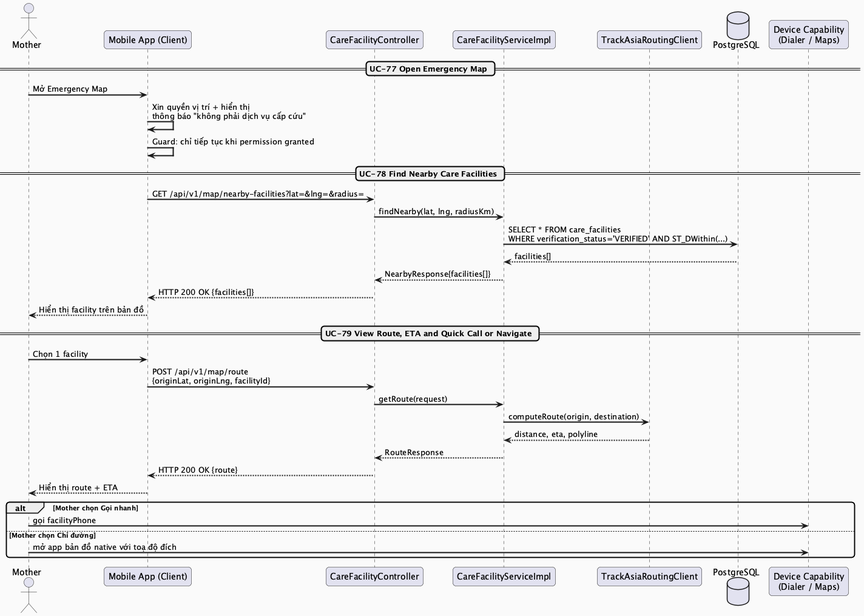
Above: docs/Detailed_Design/MF07_Emergency_Map_Nearby_Care_Support/images/MF07_01_EmergencyMap_SequenceDiagram.png in ChuongBDHE172784/CareBridge_SEP490_G79 (PlantUML), before the change. Source of this version:
```plantuml
@startuml MF07_01_EmergencyMap_SequenceDiagram
skinparam sequenceArrowThickness 2
skinparam roundcorner 10
skinparam backgroundColor #FAFAFA

actor "Mother" as M
participant "Mobile App (Client)" as App
participant "CareFacilityController" as Controller
participant "CareFacilityServiceImpl" as Service
participant "TrackAsiaRoutingClient" as Routing
database "PostgreSQL" as DB
participant "Device Capability\n(Dialer / Maps)" as Device

== UC-77 Open Emergency Map ==
M -> App : Mở Emergency Map
App -> App : Xin quyền vị trí + hiển thị\nthông báo "không phải dịch vụ cấp cứu"
App -> App : Guard: chỉ tiếp tục khi permission granted

== UC-78 Find Nearby Care Facilities ==
App -> Controller : GET /api/v1/map/nearby-facilities?lat=&lng=&radius=
Controller -> Service : findNearby(lat, lng, radiusKm)
Service -> DB : SELECT * FROM care_facilities\nWHERE verification_status='VERIFIED' AND ST_DWithin(...)
DB --> Service : facilities[]
Service --> Controller : NearbyResponse{facilities[]}
Controller --> App : HTTP 200 OK {facilities[]}
App --> M : Hiển thị facility trên bản đồ

== UC-79 View Route, ETA and Quick Call or Navigate ==
M -> App : Chọn 1 facility
App -> Controller : POST /api/v1/map/route\n{originLat, originLng, facilityId}
Controller -> Service : getRoute(request)
Service -> Routing : computeRoute(origin, destination)
Routing --> Service : distance, eta, polyline
Service --> Controller : RouteResponse
Controller --> App : HTTP 200 OK {route}
App --> M : Hiển thị route + ETA

alt Mother chọn Gọi nhanh
  M -> Device : gọi facilityPhone
else Mother chọn Chỉ đường
  M -> Device : mở app bản đồ native với toạ độ đích
end

@enduml
```
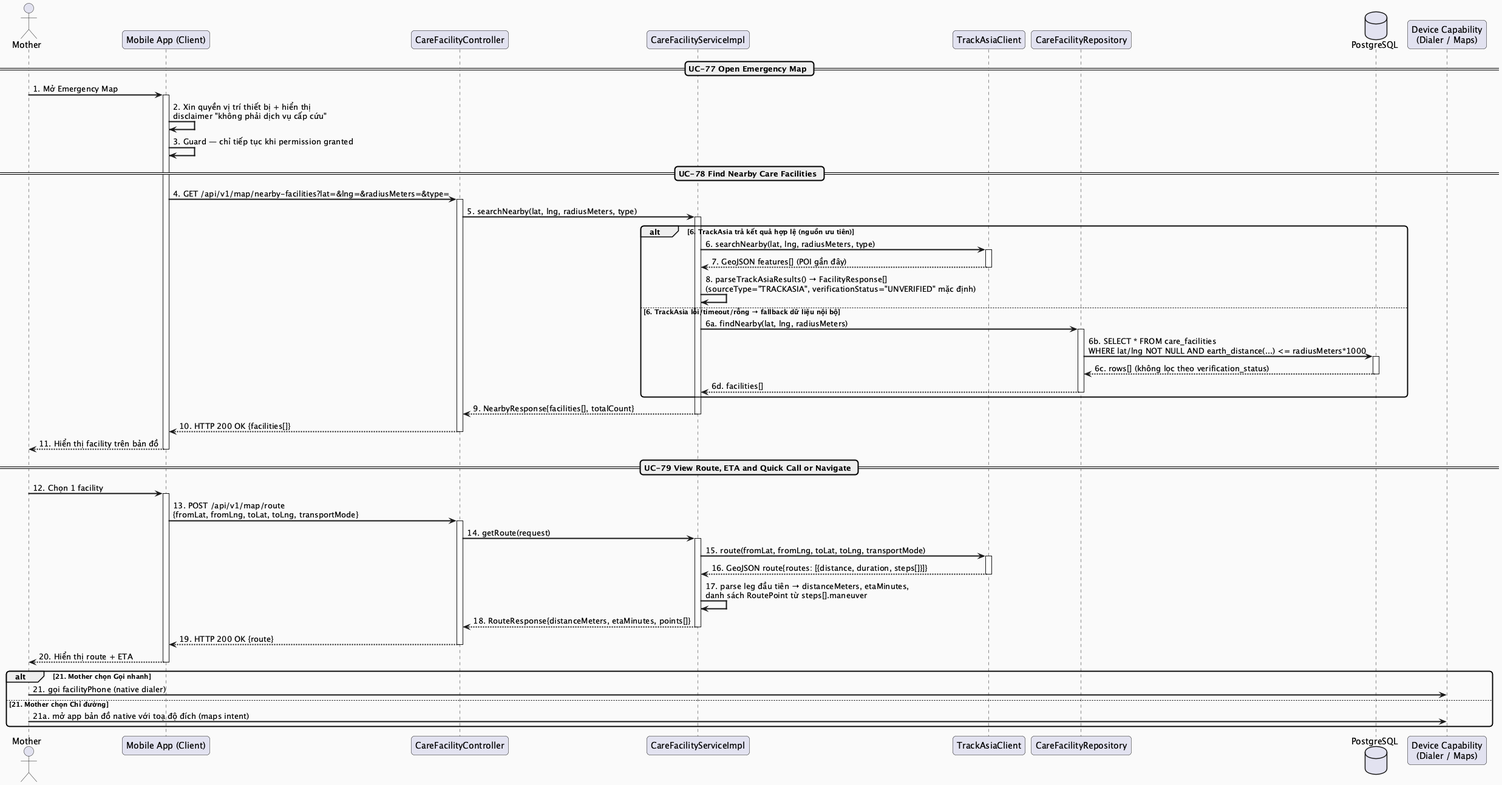
After the commit.

What changed in the source:
```diff
@@ -7,38 +7,68 @@
 participant "Mobile App (Client)" as App
 participant "CareFacilityController" as Controller
 participant "CareFacilityServiceImpl" as Service
-participant "TrackAsiaRoutingClient" as Routing
+participant "TrackAsiaClient" as TrackAsia
+participant "CareFacilityRepository" as FacilityRepo
 database "PostgreSQL" as DB
 participant "Device Capability\n(Dialer / Maps)" as Device
 
 == UC-77 Open Emergency Map ==
-M -> App : Mở Emergency Map
-App -> App : Xin quyền vị trí + hiển thị\nthông báo "không phải dịch vụ cấp cứu"
-App -> App : Guard: chỉ tiếp tục khi permission granted
+M -> App : 1. Mở Emergency Map
+activate App
+App -> App : 2. Xin quyền vị trí thiết bị + hiển thị\ndisclaimer "không phải dịch vụ cấp cứu"
+App -> App : 3. Guard — chỉ tiếp tục khi permission granted
 
 == UC-78 Find Nearby Care Facilities ==
-App -> Controller : GET /api/v1/map/nearby-facilities?lat=&lng=&radius=
-Controller -> Service : findNearby(lat, lng, radiusKm)
-Service -> DB : SELECT * FROM care_facilities\nWHERE verification_status='VERIFIED' AND ST_DWithin(...)
-DB --> Service : facilities[]
-Service --> Controller : NearbyResponse{facilities[]}
-Controller --> App : HTTP 200 OK {facilities[]}
-App --> M : Hiển thị facility trên bản đồ
+App -> Controller : 4. GET /api/v1/map/nearby-facilities?lat=&lng=&radiusMeters=&type=
+activate Controller
+Controller -> Service : 5. searchNearby(lat, lng, radiusMeters, type)
+activate Service
+alt 6. TrackAsia trả kết quả hợp lệ (nguồn ưu tiên)
+  Service -> TrackAsia : 6. searchNearby(lat, lng, radiusMeters, type)
+  activate TrackAsia
+  TrackAsia --> Service : 7. GeoJSON features[] (POI gần đây)
+  deactivate TrackAsia
+  Service -> Service : 8. parseTrackAsiaResults() → FacilityResponse[]\n(sourceType="TRACKASIA", verificationStatus="UNVERIFIED" mặc định)
+else 6. TrackAsia lỗi/timeout/rỗng → fallback dữ liệu nội bộ
+  Service -> FacilityRepo : 6a. findNearby(lat, lng, radiusMeters)
+  activate FacilityRepo
+  FacilityRepo -> DB : 6b. SELECT * FROM care_facilities\nWHERE lat/lng NOT NULL AND earth_distance(...) <= radiusMeters*1000
+  activate DB
+  DB --> FacilityRepo : 6c. rows[] (không lọc theo verification_status)
+  deactivate DB
+  FacilityRepo --> Service : 6d. facilities[]
+  deactivate FacilityRepo
+end
+Service --> Controller : 9. NearbyResponse{facilities[], totalCount}
+deactivate Service
+Controller --> App : 10. HTTP 200 OK {facilities[]}
+deactivate Controller
+App --> M : 11. Hiển thị facility trên bản đồ
+deactivate App
 
 == UC-79 View Route, ETA and Quick Call or Navigate ==
-M -> App : Chọn 1 facility
-App -> Controller : POST /api/v1/map/route\n{originLat, originLng, facilityId}
-Controller -> Service : getRoute(request)
-Service -> Routing : computeRoute(origin, destination)
-Routing --> Service : distance, eta, polyline
-Service --> Controller : RouteResponse
-Controller --> App : HTTP 200 OK {route}
-App --> M : Hiển thị route + ETA
+M -> App : 12. Chọn 1 facility
+activate App
+App -> Controller : 13. POST /api/v1/map/route\n{fromLat, fromLng, toLat, toLng, transportMode}
+activate Controller
+Controller -> Service : 14. getRoute(request)
+activate Service
+Service -> TrackAsia : 15. route(fromLat, fromLng, toLat, toLng, transportMode)
+activate TrackAsia
+TrackAsia --> Service : 16. GeoJSON route{routes: [{distance, duration, steps[]}]}
+deactivate TrackAsia
+Service -> Service : 17. parse leg đầu tiên → distanceMeters, etaMinutes,\ndanh sách RoutePoint từ steps[].maneuver
+Service --> Controller : 18. RouteResponse{distanceMeters, etaMinutes, points[]}
+deactivate Service
+Controller --> App : 19. HTTP 200 OK {route}
+deactivate Controller
+App --> M : 20. Hiển thị route + ETA
+deactivate App
 
-alt Mother chọn Gọi nhanh
-  M -> Device : gọi facilityPhone
-else Mother chọn Chỉ đường
-  M -> Device : mở app bản đồ native với toạ độ đích
+alt 21. Mother chọn Gọi nhanh
+  M -> Device : 21. gọi facilityPhone (native dialer)
+else 21. Mother chọn Chỉ đường
+  M -> Device : 21a. mở app bản đồ native với toạ độ đích (maps intent)
 end
 
 @enduml
```
